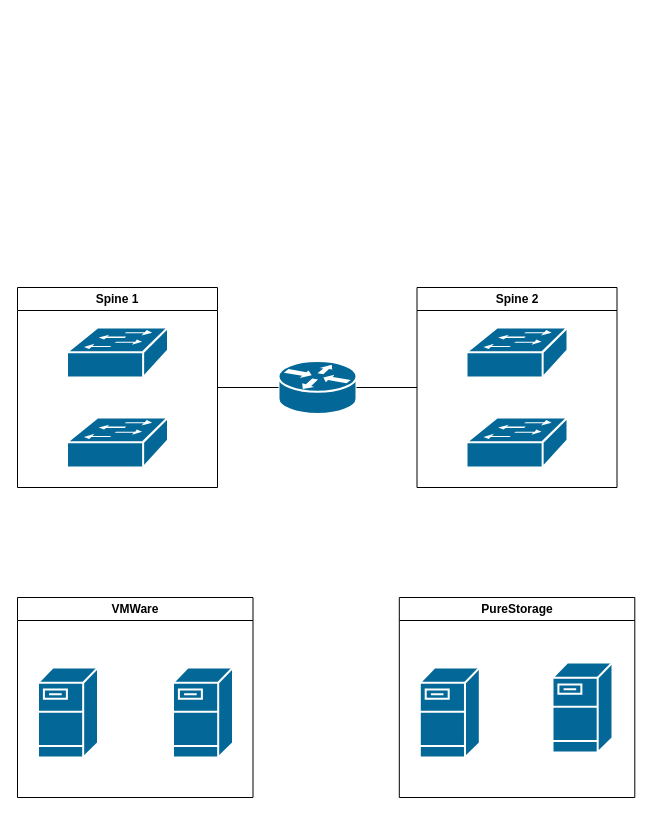
This is 2_Spines.drawio from adamrt918/Diagram, a draw.io file, before an edit. Source tidied: cells renumbered, new cells numbered last; positions are measured from the earlier drawing's top-left corner, leaving out a move shared by most shapes. Both pictures are drawn from the tidied source at 100%, with x=0, y=0 at pixel (17, 287).
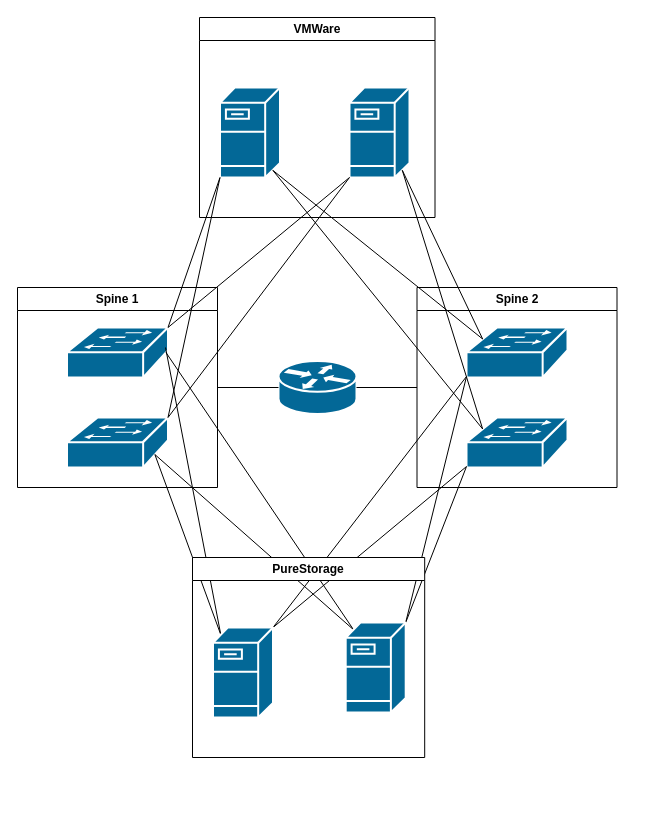
The same page after the edit.

Unchanged cells that the change refers to:
```xml
<mxCell id="2" style="shape=mxgraph.cisco.switches.workgroup_switch;sketch=0;html=1;dashed=0;fillColor=#036897;strokeColor=#ffffff;strokeWidth=2;verticalLabelPosition=bottom;verticalAlign=top;align=center;outlineConnect=0;" parent="1" vertex="1">
  <mxGeometry x="49.5" y="40" width="101" height="50" as="geometry" />
</mxCell>
<mxCell id="3" style="shape=mxgraph.cisco.switches.workgroup_switch;sketch=0;html=1;dashed=0;fillColor=#036897;strokeColor=#ffffff;strokeWidth=2;verticalLabelPosition=bottom;verticalAlign=top;align=center;outlineConnect=0;" parent="1" vertex="1">
  <mxGeometry x="49.5" y="130" width="101" height="50" as="geometry" />
</mxCell>
<mxCell id="5" style="shape=mxgraph.cisco.switches.workgroup_switch;sketch=0;html=1;dashed=0;fillColor=#036897;strokeColor=#ffffff;strokeWidth=2;verticalLabelPosition=bottom;verticalAlign=top;align=center;outlineConnect=0;" parent="1" vertex="1">
  <mxGeometry x="449" y="40" width="101" height="50" as="geometry" />
</mxCell>
<mxCell id="6" style="shape=mxgraph.cisco.switches.workgroup_switch;sketch=0;html=1;dashed=0;fillColor=#036897;strokeColor=#ffffff;strokeWidth=2;verticalLabelPosition=bottom;verticalAlign=top;align=center;outlineConnect=0;" parent="1" vertex="1">
  <mxGeometry x="449" y="130" width="101" height="50" as="geometry" />
</mxCell>
<mxCell id="13" style="shape=mxgraph.cisco.servers.fileserver;sketch=0;html=1;dashed=0;fillColor=#036897;strokeColor=#ffffff;strokeWidth=2;verticalLabelPosition=bottom;verticalAlign=top;align=center;outlineConnect=0;" parent="12" vertex="1">
  <mxGeometry x="20.5" y="70" width="60" height="90" as="geometry" />
</mxCell>
<mxCell id="15" style="shape=mxgraph.cisco.servers.fileserver;sketch=0;html=1;dashed=0;fillColor=#036897;strokeColor=#ffffff;strokeWidth=2;verticalLabelPosition=bottom;verticalAlign=top;align=center;outlineConnect=0;" parent="14" vertex="1">
  <mxGeometry x="20.5" y="70" width="60" height="90" as="geometry" />
</mxCell>
<mxCell id="16" style="shape=mxgraph.cisco.servers.fileserver;sketch=0;html=1;dashed=0;fillColor=#036897;strokeColor=#ffffff;strokeWidth=2;verticalLabelPosition=bottom;verticalAlign=top;align=center;outlineConnect=0;" parent="14" vertex="1">
  <mxGeometry x="153.2" y="65" width="60" height="90" as="geometry" />
</mxCell>
```

The edit, as a diff of the source:
```diff
@@
-    <mxCell id="11" style="shape=mxgraph.cisco.servers.fileserver;sketch=0;html=1;dashed=0;fillColor=#036897;strokeColor=#ffffff;strokeWidth=2;verticalLabelPosition=bottom;verticalAlign=top;align=center;outlineConnect=0;" parent="1" vertex="1">
-      <mxGeometry x="155.5" y="380" width="60" height="90" as="geometry" />
-    </mxCell>
     <mxCell id="12" value="VMWare" style="swimlane;whiteSpace=wrap;html=1;" parent="1" vertex="1">
-      <mxGeometry y="310" width="235.5" height="200" as="geometry" />
+      <mxGeometry x="182" y="-270" width="235.5" height="200" as="geometry" />
     </mxCell>
@@
+    <mxCell id="11" style="shape=mxgraph.cisco.servers.fileserver;sketch=0;html=1;dashed=0;fillColor=#036897;strokeColor=#ffffff;strokeWidth=2;verticalLabelPosition=bottom;verticalAlign=top;align=center;outlineConnect=0;" parent="12" vertex="1">
+      <mxGeometry x="150" y="70" width="60" height="90" as="geometry" />
+    </mxCell>
+    <mxCell id="17" style="endArrow=none;html=1;rounded=0;exitX=0.13;exitY=0.08;exitDx=0;exitDy=0;exitPerimeter=0;" parent="1" edge="1" source="15">
+      <mxGeometry relative="1" as="geometry">
+        <mxPoint x="148" y="60" as="targetPoint" />
+      </mxGeometry>
+    </mxCell>
+    <mxCell id="18" style="endArrow=none;html=1;rounded=0;entryX=0.87;entryY=0.74;entryDx=0;entryDy=0;entryPerimeter=0;exitX=0.13;exitY=0.08;exitDx=0;exitDy=0;exitPerimeter=0;" parent="1" edge="1" source="15" target="3">
+      <mxGeometry relative="1" as="geometry" />
+    </mxCell>
+    <mxCell id="19" style="endArrow=none;html=1;rounded=0;exitX=0.13;exitY=0.08;exitDx=0;exitDy=0;exitPerimeter=0;entryX=0.87;entryY=0.74;entryDx=0;entryDy=0;entryPerimeter=0;" parent="1" edge="1" source="16" target="3">
+      <mxGeometry relative="1" as="geometry" />
+    </mxCell>
+    <mxCell id="20" style="endArrow=none;html=1;rounded=0;entryX=0.98;entryY=0.5;entryDx=0;entryDy=0;entryPerimeter=0;exitX=0.13;exitY=0.08;exitDx=0;exitDy=0;exitPerimeter=0;" parent="1" edge="1" source="16" target="2">
+      <mxGeometry relative="1" as="geometry" />
+    </mxCell>
+    <mxCell id="21" style="endArrow=none;html=1;rounded=0;entryX=0;entryY=0.98;entryDx=0;entryDy=0;entryPerimeter=0;exitX=1;exitY=0;exitDx=0;exitDy=0;exitPerimeter=0;" parent="1" edge="1" source="15" target="6">
+      <mxGeometry relative="1" as="geometry" />
+    </mxCell>
+    <mxCell id="22" style="endArrow=none;html=1;rounded=0;entryX=0;entryY=0.98;entryDx=0;entryDy=0;entryPerimeter=0;exitX=1;exitY=0;exitDx=0;exitDy=0;exitPerimeter=0;" parent="1" edge="1" source="15" target="5">
+      <mxGeometry relative="1" as="geometry" />
+    </mxCell>
+    <mxCell id="23" style="endArrow=none;html=1;rounded=0;entryX=0;entryY=0.98;entryDx=0;entryDy=0;entryPerimeter=0;exitX=1;exitY=0;exitDx=0;exitDy=0;exitPerimeter=0;" parent="1" edge="1" source="16" target="5">
+      <mxGeometry relative="1" as="geometry" />
+    </mxCell>
+    <mxCell id="24" style="endArrow=none;html=1;rounded=0;entryX=0;entryY=0.98;entryDx=0;entryDy=0;entryPerimeter=0;exitX=1;exitY=0;exitDx=0;exitDy=0;exitPerimeter=0;" parent="1" edge="1" source="16" target="6">
+      <mxGeometry relative="1" as="geometry" />
+    </mxCell>
     <mxCell id="14" value="PureStorage" style="swimlane;whiteSpace=wrap;html=1;" parent="1" vertex="1">
-      <mxGeometry x="381.8" y="310" width="235.5" height="200" as="geometry" />
+      <mxGeometry x="175" y="270" width="232.2" height="200" as="geometry" />
     </mxCell>
@@
+    <mxCell id="25" style="endArrow=none;html=1;rounded=0;entryX=0;entryY=1;entryDx=0;entryDy=0;entryPerimeter=0;exitX=1;exitY=0;exitDx=0;exitDy=0;exitPerimeter=0;" parent="1" edge="1" source="2" target="13">
+      <mxGeometry relative="1" as="geometry" />
+    </mxCell>
+    <mxCell id="26" style="endArrow=none;html=1;rounded=0;entryX=0.88;entryY=0.92;entryDx=0;entryDy=0;entryPerimeter=0;exitX=0.16;exitY=0.23;exitDx=0;exitDy=0;exitPerimeter=0;" parent="1" edge="1" source="5" target="13">
+      <mxGeometry relative="1" as="geometry" />
+    </mxCell>
+    <mxCell id="27" style="endArrow=none;html=1;rounded=0;entryX=0.88;entryY=0.92;entryDx=0;entryDy=0;entryPerimeter=0;exitX=0.16;exitY=0.23;exitDx=0;exitDy=0;exitPerimeter=0;" parent="1" edge="1" source="5" target="11">
+      <mxGeometry relative="1" as="geometry" />
+    </mxCell>
+    <mxCell id="28" style="endArrow=none;html=1;rounded=0;entryX=0.88;entryY=0.92;entryDx=0;entryDy=0;entryPerimeter=0;exitX=0.16;exitY=0.23;exitDx=0;exitDy=0;exitPerimeter=0;" parent="1" edge="1" source="6" target="13">
+      <mxGeometry relative="1" as="geometry" />
+    </mxCell>
+    <mxCell id="29" style="endArrow=none;html=1;rounded=0;entryX=0.88;entryY=0.92;entryDx=0;entryDy=0;entryPerimeter=0;exitX=0.16;exitY=0.23;exitDx=0;exitDy=0;exitPerimeter=0;" parent="1" edge="1" source="6" target="11">
+      <mxGeometry relative="1" as="geometry" />
+    </mxCell>
+    <mxCell id="30" style="endArrow=none;html=1;rounded=0;entryX=0;entryY=1;entryDx=0;entryDy=0;entryPerimeter=0;exitX=1;exitY=0;exitDx=0;exitDy=0;exitPerimeter=0;" parent="1" edge="1" source="3" target="13">
+      <mxGeometry relative="1" as="geometry" />
+    </mxCell>
+    <mxCell id="31" style="endArrow=none;html=1;rounded=0;entryX=0;entryY=1;entryDx=0;entryDy=0;entryPerimeter=0;exitX=1;exitY=0;exitDx=0;exitDy=0;exitPerimeter=0;" parent="1" edge="1" source="2" target="11">
+      <mxGeometry relative="1" as="geometry" />
+    </mxCell>
+    <mxCell id="32" style="endArrow=none;html=1;rounded=0;entryX=0;entryY=1;entryDx=0;entryDy=0;entryPerimeter=0;exitX=1;exitY=0;exitDx=0;exitDy=0;exitPerimeter=0;" parent="1" edge="1" source="3" target="11">
+      <mxGeometry relative="1" as="geometry" />
+    </mxCell>
```
